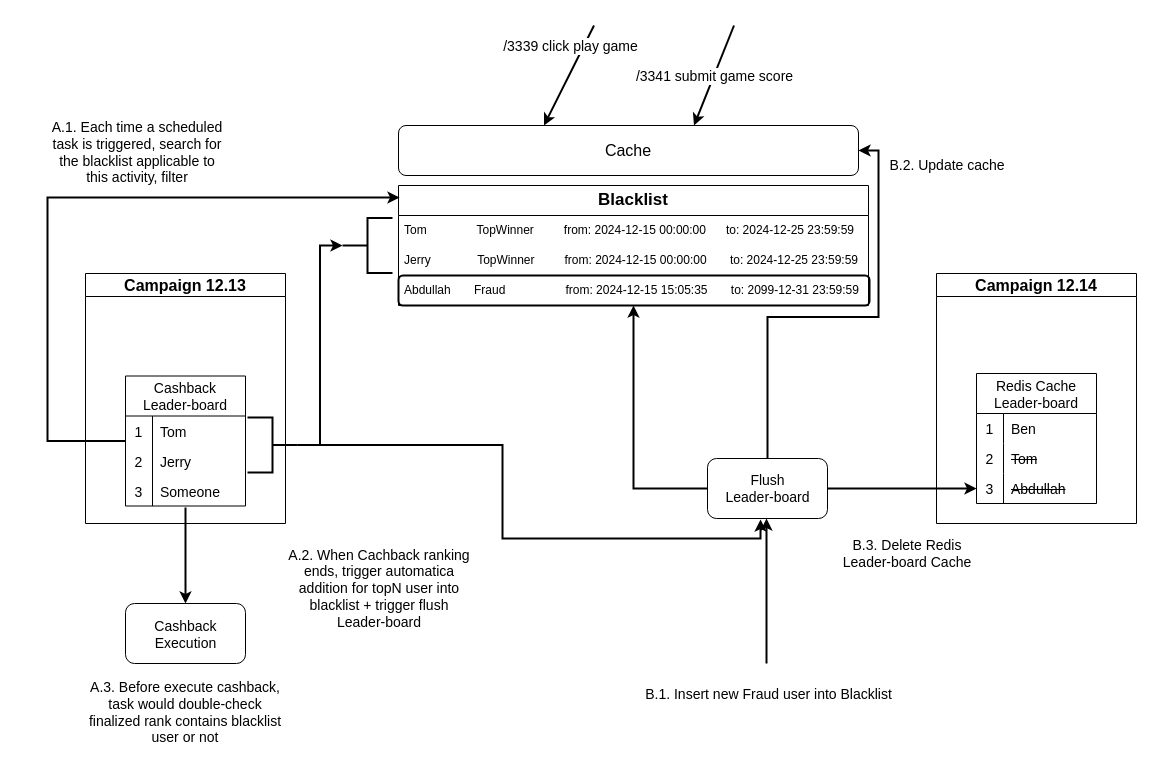
The draw.io diagram game_blacklist_logic.drawio in EricLuoisme/own-diagrams-draw-io, before the edit. Source tidied: cells renumbered, new cells numbered last; positions are measured from the earlier drawing's top-left corner, leaving out a move shared by most shapes. Both pictures are drawn from the tidied source at 100%, with x=0, y=0 at pixel (47, 25).
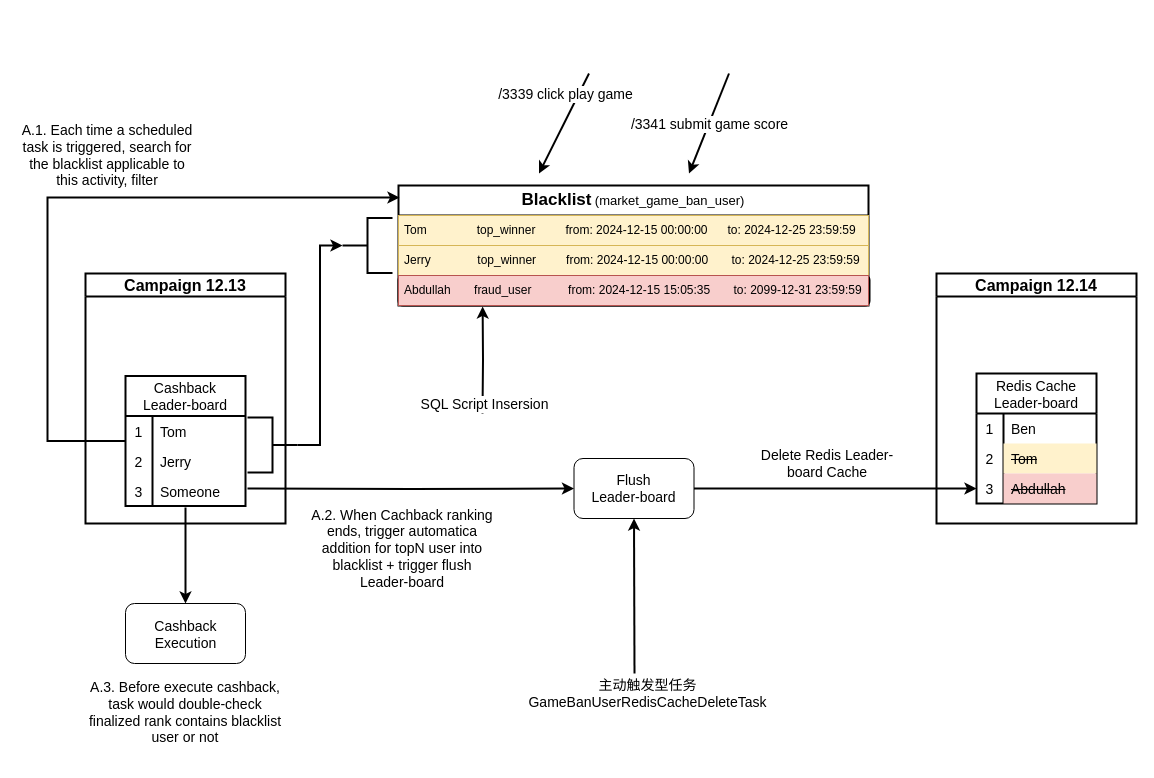
After the change.

The change refers to these unchanged cells:
```xml
<mxCell id="18" style="strokeWidth=2;html=1;shape=mxgraph.flowchart.annotation_2;align=left;labelPosition=right;rotation=-180;" parent="7" vertex="1">
  <mxGeometry x="162" y="144" width="50" height="55" as="geometry" />
</mxCell>
<mxCell id="45" style="shape=tableRow;horizontal=0;startSize=0;swimlaneHead=0;swimlaneBody=0;top=0;left=0;bottom=0;right=0;fillColor=none;strokeColor=inherit;fontSize=16;" parent="41" vertex="1">
  <mxGeometry y="70" width="120" height="30" as="geometry" />
</mxCell>
<mxCell id="48" style="shape=tableRow;horizontal=0;startSize=0;swimlaneHead=0;swimlaneBody=0;top=0;left=0;bottom=0;right=0;fillColor=none;points=[[0,0.5],[1,0.5]];portConstraint=eastwest;strokeColor=inherit;fontSize=16;" parent="41" vertex="1">
  <mxGeometry y="100" width="120" height="30" as="geometry" />
</mxCell>
```

Diff of the diagram source:
```diff
@@
-    <mxCell id="2" style="edgeStyle=orthogonalEdgeStyle;rounded=0;jettySize=auto;html=1;exitX=0;exitY=0.5;exitDx=0;exitDy=0;entryX=0.5;entryY=1;entryDx=0;entryDy=0;strokeWidth=2;" parent="1" edge="1" source="5" target="19">
-      <mxGeometry relative="1" as="geometry" />
-    </mxCell>
@@
-    <mxCell id="4" style="edgeStyle=orthogonalEdgeStyle;rounded=0;jettySize=auto;html=1;exitX=0.5;exitY=0;exitDx=0;exitDy=0;entryX=1;entryY=0.5;entryDx=0;entryDy=0;strokeWidth=2;" parent="1" edge="1" source="5" target="27">
-      <mxGeometry relative="1" as="geometry" />
-    </mxCell>
     <mxCell id="5" style="rounded=1;whiteSpace=wrap;html=1;" parent="1" vertex="1">
-      <mxGeometry x="660" y="433" width="120" height="60" as="geometry" />
+      <mxGeometry x="526.5" y="433" width="120" height="60" as="geometry" />
     </mxCell>
@@
-    <mxCell id="7" value="&lt;font style=&quot;font-size: 16px;&quot;&gt;Campaign 12.13&lt;br&gt;&lt;/font&gt;" style="swimlane;whiteSpace=wrap;html=1;" parent="1" vertex="1">
+    <mxCell id="7" value="&lt;font style=&quot;font-size: 16px;&quot;&gt;Campaign 12.13&lt;br&gt;&lt;/font&gt;" style="swimlane;whiteSpace=wrap;html=1;strokeWidth=2;" parent="1" vertex="1">
       <mxGeometry x="38" y="248" width="200" height="250" as="geometry" />
     </mxCell>
-    <mxCell id="8" value="Cashback&#10;Leader-board" style="shape=table;startSize=40;childLayout=tableLayout;rowLines=0;fontStyle=0;strokeColor=default;fontSize=14;" parent="7" vertex="1">
+    <mxCell id="8" value="Cashback&#10;Leader-board" style="shape=table;startSize=40;childLayout=tableLayout;rowLines=0;fontStyle=0;strokeColor=default;fontSize=14;strokeWidth=2;" parent="7" vertex="1">
       <mxGeometry x="40" y="102.5" width="120" height="130" as="geometry" />
     </mxCell>
@@
-    <mxCell id="19" value="&lt;font style=&quot;font-size: 17px;&quot;&gt;&lt;b&gt;Blacklist&lt;/b&gt;&lt;/font&gt;" style="swimlane;fontStyle=0;horizontal=1;startSize=30;whiteSpace=wrap;html=1;" parent="1" vertex="1">
+    <mxCell id="19" value="&lt;font style=&quot;&quot;&gt;&lt;span style=&quot;font-weight: bold; font-size: 17px;&quot;&gt;Blacklist&lt;/span&gt;&lt;font style=&quot;&quot;&gt; &lt;font style=&quot;font-size: 13px;&quot;&gt;(market_game_ban_user)&lt;/font&gt;&lt;/font&gt;&lt;/font&gt;" style="swimlane;fontStyle=0;horizontal=1;startSize=30;whiteSpace=wrap;html=1;strokeWidth=2;" parent="1" vertex="1">
       <mxGeometry x="351" y="160" width="470" height="120" as="geometry" />
     </mxCell>
-    <mxCell id="20" value="Tom&amp;nbsp;&amp;nbsp;&amp;nbsp;&amp;nbsp;&amp;nbsp;&amp;nbsp;&amp;nbsp;&amp;nbsp;&amp;nbsp;&amp;nbsp;&amp;nbsp;&amp;nbsp;&amp;nbsp;&amp;nbsp; TopWinner&amp;nbsp;&amp;nbsp;&amp;nbsp;&amp;nbsp; &amp;nbsp; &amp;nbsp; from: 2024-12-15 00:00:00&amp;nbsp;&amp;nbsp;&amp;nbsp;&amp;nbsp;&amp;nbsp; to: 2024-12-25 23:59:59" style="text;strokeColor=none;fillColor=none;align=left;verticalAlign=middle;spacingLeft=4;spacingRight=4;overflow=hidden;whiteSpace=wrap;html=1;" parent="19" vertex="1">
+    <mxCell id="20" value="Tom&amp;nbsp;&amp;nbsp;&amp;nbsp;&amp;nbsp;&amp;nbsp;&amp;nbsp;&amp;nbsp;&amp;nbsp;&amp;nbsp;&amp;nbsp;&amp;nbsp;&amp;nbsp;&amp;nbsp;&amp;nbsp; top_winner&amp;nbsp; &amp;nbsp; &amp;nbsp; &amp;nbsp; &amp;nbsp;from: 2024-12-15 00:00:00&amp;nbsp;&amp;nbsp;&amp;nbsp;&amp;nbsp;&amp;nbsp; to: 2024-12-25 23:59:59" style="text;strokeColor=#d6b656;fillColor=#fff2cc;align=left;verticalAlign=middle;spacingLeft=4;spacingRight=4;overflow=hidden;whiteSpace=wrap;html=1;" parent="19" vertex="1">
       <mxGeometry y="30" width="470" height="30" as="geometry" />
     </mxCell>
-    <mxCell id="21" value="Jerry&amp;nbsp;&amp;nbsp;&amp;nbsp;&amp;nbsp;&amp;nbsp;&amp;nbsp;&amp;nbsp;&amp;nbsp;&amp;nbsp;&amp;nbsp;&amp;nbsp;&amp;nbsp;&amp;nbsp; TopWinner&amp;nbsp;&amp;nbsp;&amp;nbsp;&amp;nbsp;&amp;nbsp;&amp;nbsp;&amp;nbsp;&amp;nbsp; from: 2024-12-15 00:00:00&amp;nbsp;&amp;nbsp;&amp;nbsp;&amp;nbsp;&amp;nbsp;&amp;nbsp; to: 2024-12-25 23:59:59" style="text;strokeColor=none;fillColor=none;align=left;verticalAlign=middle;spacingLeft=4;spacingRight=4;overflow=hidden;whiteSpace=wrap;html=1;" parent="19" vertex="1">
+    <mxCell id="21" value="Jerry&amp;nbsp; &amp;nbsp; &amp;nbsp; &amp;nbsp; &amp;nbsp; &amp;nbsp; &amp;nbsp; top_winner&amp;nbsp; &amp;nbsp; &amp;nbsp; &amp;nbsp; &amp;nbsp;from: 2024-12-15 00:00:00&amp;nbsp;&amp;nbsp;&amp;nbsp;&amp;nbsp;&amp;nbsp;&amp;nbsp; to: 2024-12-25 23:59:59" style="text;strokeColor=#d6b656;fillColor=#fff2cc;align=left;verticalAlign=middle;spacingLeft=4;spacingRight=4;overflow=hidden;whiteSpace=wrap;html=1;" parent="19" vertex="1">
       <mxGeometry y="60" width="470" height="30" as="geometry" />
     </mxCell>
-    <mxCell id="22" value="Abdullah&amp;nbsp;&amp;nbsp;&amp;nbsp;&amp;nbsp;&amp;nbsp;&amp;nbsp; Fraud&amp;nbsp;&amp;nbsp;&amp;nbsp;&amp;nbsp;&amp;nbsp;&amp;nbsp;&amp;nbsp;&amp;nbsp;&amp;nbsp;&amp;nbsp;&amp;nbsp;&amp;nbsp;&amp;nbsp;&amp;nbsp;&amp;nbsp;&amp;nbsp;&amp;nbsp; from: 2024-12-15 15:05:35 &amp;nbsp;&amp;nbsp;&amp;nbsp;&amp;nbsp;&amp;nbsp; to: 2099-12-31 23:59:59" style="text;strokeColor=none;fillColor=none;align=left;verticalAlign=middle;spacingLeft=4;spacingRight=4;overflow=hidden;points=[[0,0.5],[1,0.5]];portConstraint=eastwest;whiteSpace=wrap;html=1;" parent="19" vertex="1">
+    <mxCell id="22" value="Abdullah&amp;nbsp;&amp;nbsp;&amp;nbsp;&amp;nbsp;&amp;nbsp;&amp;nbsp; fraud_user&amp;nbsp; &amp;nbsp; &amp;nbsp; &amp;nbsp; &amp;nbsp; &amp;nbsp;from: 2024-12-15 15:05:35 &amp;nbsp;&amp;nbsp;&amp;nbsp;&amp;nbsp;&amp;nbsp; to: 2099-12-31 23:59:59" style="text;strokeColor=#b85450;fillColor=#f8cecc;align=left;verticalAlign=middle;spacingLeft=4;spacingRight=4;overflow=hidden;points=[[0,0.5],[1,0.5]];portConstraint=eastwest;whiteSpace=wrap;html=1;strokeWidth=1;" parent="19" vertex="1">
       <mxGeometry y="90" width="470" height="30" as="geometry" />
     </mxCell>
@@
     <mxCell id="24" value="&lt;font style=&quot;font-size: 14px;&quot;&gt;A.2. When Cachback ranking ends, trigger automatica addition for topN user into blacklist + trigger flush Leader-board&lt;br&gt;&lt;/font&gt;" style="text;strokeColor=none;align=center;fillColor=none;html=1;verticalAlign=middle;whiteSpace=wrap;rounded=0;" parent="1" vertex="1">
-      <mxGeometry x="236.8" y="508" width="190" height="110" as="geometry" />
+      <mxGeometry x="260" y="468" width="190" height="110" as="geometry" />
     </mxCell>
     <mxCell id="25" style="endArrow=classic;html=1;rounded=0;strokeWidth=2;" parent="1" edge="1">
       <mxGeometry relative="1" as="geometry">
-        <mxPoint x="546.5" as="sourcePoint" />
-        <mxPoint x="496.5" y="100" as="targetPoint" />
+        <mxPoint x="541.5" y="48" as="sourcePoint" />
+        <mxPoint x="491.5" y="148" as="targetPoint" />
       </mxGeometry>
     </mxCell>
@@
-    <mxCell id="27" value="&lt;font style=&quot;font-size: 16px;&quot;&gt;Cache&lt;/font&gt;" style="rounded=1;whiteSpace=wrap;html=1;" parent="1" vertex="1">
-      <mxGeometry x="351" y="100" width="460" height="50" as="geometry" />
-    </mxCell>
     <mxCell id="28" style="endArrow=classic;html=1;rounded=0;strokeWidth=2;" parent="1" edge="1">
       <mxGeometry relative="1" as="geometry">
-        <mxPoint x="686.5" as="sourcePoint" />
-        <mxPoint x="646.5" y="100" as="targetPoint" />
+        <mxPoint x="681.5" y="48" as="sourcePoint" />
+        <mxPoint x="641.5" y="148" as="targetPoint" />
       </mxGeometry>
     </mxCell>
@@
     <mxCell id="31" value="&lt;div&gt;&lt;font style=&quot;font-size: 14px;&quot;&gt;Flush&lt;/font&gt;&lt;/div&gt;&lt;div&gt;&lt;font style=&quot;font-size: 14px;&quot;&gt;Leader-board&lt;/font&gt;&lt;/div&gt;" style="text;strokeColor=none;align=center;fillColor=none;html=1;verticalAlign=middle;whiteSpace=wrap;rounded=0;" parent="1" vertex="1">
-      <mxGeometry x="666.5" y="440.5" width="107" height="45" as="geometry" />
+      <mxGeometry x="533" y="440.5" width="107" height="45" as="geometry" />
     </mxCell>
@@
     <mxCell id="35" value="&lt;font style=&quot;font-size: 14px;&quot;&gt;A.1. Each time a scheduled task is triggered, search for the blacklist applicable to this activity, filter&lt;/font&gt;" style="text;strokeColor=none;align=center;fillColor=none;html=1;verticalAlign=middle;whiteSpace=wrap;rounded=0;" parent="1" vertex="1">
-      <mxGeometry y="85" width="180" height="83" as="geometry" />
+      <mxGeometry x="-30" y="88" width="180" height="83" as="geometry" />
     </mxCell>
@@
-    <mxCell id="38" style="endArrow=classic;html=1;rounded=0;strokeWidth=2;entryX=0.5;entryY=1;entryDx=0;entryDy=0;" parent="1" edge="1">
-      <mxGeometry relative="1" as="geometry">
-        <mxPoint x="719" y="638" as="sourcePoint" />
-        <mxPoint x="719" y="493" as="targetPoint" />
-      </mxGeometry>
-    </mxCell>
-    <mxCell id="39" value="&lt;font style=&quot;font-size: 14px;&quot;&gt;B.1. &lt;font&gt;Insert new Fraud user into Blacklist&lt;/font&gt;&lt;/font&gt;" style="edgeLabel;html=1;align=center;verticalAlign=middle;" parent="38" vertex="1">
-      <mxGeometry x="-0.13" y="1" relative="1" as="geometry">
-        <mxPoint x="2" y="93" as="offset" />
-      </mxGeometry>
-    </mxCell>
-    <mxCell id="40" value="&lt;font style=&quot;font-size: 16px;&quot;&gt;Campaign 12.14&lt;/font&gt;" style="swimlane;whiteSpace=wrap;html=1;" parent="1" vertex="1">
+    <mxCell id="40" value="&lt;font style=&quot;font-size: 16px;&quot;&gt;Campaign 12.14&lt;/font&gt;" style="swimlane;whiteSpace=wrap;html=1;strokeWidth=2;" parent="1" vertex="1">
       <mxGeometry x="889" y="248" width="200" height="250" as="geometry" />
     </mxCell>
-    <mxCell id="41" value="Redis Cache&#10;Leader-board" style="shape=table;startSize=40;childLayout=tableLayout;rowLines=0;fontStyle=0;strokeColor=default;fontSize=14;" parent="40" vertex="1">
+    <mxCell id="41" value="Redis Cache&#10;Leader-board" style="shape=table;startSize=40;childLayout=tableLayout;rowLines=0;fontStyle=0;strokeColor=default;fontSize=14;strokeWidth=2;" parent="40" vertex="1">
       <mxGeometry x="40" y="100" width="120" height="130" as="geometry" />
     </mxCell>
@@
-    <mxCell id="47" value="&lt;font style=&quot;font-size: 14px;&quot;&gt;&lt;strike&gt;Tom&lt;/strike&gt;&lt;/font&gt;" style="shape=partialRectangle;html=1;whiteSpace=wrap;fillColor=none;top=0;left=0;bottom=0;right=0;align=left;spacingLeft=6;overflow=hidden;strokeColor=inherit;fontSize=16;" parent="45" vertex="1">
+    <mxCell id="47" value="&lt;font style=&quot;font-size: 14px;&quot;&gt;&lt;strike&gt;Tom&lt;/strike&gt;&lt;/font&gt;" style="shape=partialRectangle;html=1;whiteSpace=wrap;fillColor=#fff2cc;top=0;left=0;bottom=0;right=0;align=left;spacingLeft=6;overflow=hidden;strokeColor=#d6b656;fontSize=16;" parent="45" vertex="1">
       <mxGeometry x="27" width="93" height="30" as="geometry" />
     </mxCell>
@@
-    <mxCell id="50" value="&lt;font style=&quot;font-size: 14px;&quot;&gt;&lt;strike&gt;&lt;font&gt;Abdullah&lt;/font&gt;&lt;/strike&gt;&lt;/font&gt;" style="shape=partialRectangle;html=1;whiteSpace=wrap;fillColor=none;top=0;left=0;bottom=0;right=0;align=left;spacingLeft=6;overflow=hidden;strokeColor=inherit;fontSize=16;" parent="48" vertex="1">
+    <mxCell id="50" value="&lt;font style=&quot;font-size: 14px;&quot;&gt;&lt;strike&gt;&lt;font&gt;Abdullah&lt;/font&gt;&lt;/strike&gt;&lt;/font&gt;" style="shape=partialRectangle;html=1;whiteSpace=wrap;fillColor=#f8cecc;top=0;left=0;bottom=0;right=0;align=left;spacingLeft=6;overflow=hidden;strokeColor=#b85450;fontSize=16;" parent="48" vertex="1">
       <mxGeometry x="27" width="93" height="30" as="geometry" />
     </mxCell>
-    <mxCell id="51" value="&lt;font style=&quot;font-size: 14px;&quot;&gt;B.2. Update cache&lt;br&gt;&lt;/font&gt;" style="text;strokeColor=none;align=center;fillColor=none;html=1;verticalAlign=middle;whiteSpace=wrap;rounded=0;" parent="1" vertex="1">
-      <mxGeometry x="830" y="120" width="140" height="40" as="geometry" />
-    </mxCell>
-    <mxCell id="52" value="&lt;div&gt;&lt;font style=&quot;font-size: 14px;&quot;&gt;B.3. Delete Redis Leader-board Cache&lt;/font&gt;&lt;/div&gt;" style="text;strokeColor=none;align=center;fillColor=none;html=1;verticalAlign=middle;whiteSpace=wrap;rounded=0;" parent="1" vertex="1">
-      <mxGeometry x="790" y="508" width="140" height="40" as="geometry" />
+    <mxCell id="52" value="&lt;div&gt;&lt;font style=&quot;font-size: 14px;&quot;&gt;Delete Redis Leader-board Cache&lt;/font&gt;&lt;/div&gt;" style="text;strokeColor=none;align=center;fillColor=none;html=1;verticalAlign=middle;whiteSpace=wrap;rounded=0;" parent="1" vertex="1">
+      <mxGeometry x="710" y="418" width="140" height="40" as="geometry" />
     </mxCell>
-    <mxCell id="53" style="edgeStyle=orthogonalEdgeStyle;rounded=0;jettySize=auto;html=1;exitX=0;exitY=0.5;exitDx=0;exitDy=0;exitPerimeter=0;entryX=0.442;entryY=1.017;entryDx=0;entryDy=0;entryPerimeter=0;strokeWidth=2;" parent="1" edge="1" source="18" target="5">
-      <mxGeometry relative="1" as="geometry" />
-    </mxCell>
+    <mxCell id="54" style="edgeStyle=orthogonalEdgeStyle;rounded=0;jettySize=auto;html=1;entryX=0;entryY=0.5;entryDx=0;entryDy=0;strokeWidth=2;" parent="1" edge="1" target="5">
+      <mxGeometry relative="1" as="geometry">
+        <mxPoint x="200" y="463" as="sourcePoint" />
+      </mxGeometry>
+    </mxCell>
+    <mxCell id="55" style="endArrow=classic;html=1;rounded=0;entryX=0.5;entryY=1;entryDx=0;entryDy=0;strokeWidth=2;" parent="1" edge="1" target="5">
+      <mxGeometry relative="1" as="geometry">
+        <mxPoint x="587" y="648" as="sourcePoint" />
+      </mxGeometry>
+    </mxCell>
+    <mxCell id="56" value="&lt;div&gt;&lt;span style=&quot;font-size: 14px;&quot;&gt;主动触发型任务&lt;/span&gt;&lt;/div&gt;&lt;font style=&quot;font-size: 14px;&quot;&gt;GameBanUserRedisCacheDeleteTask&lt;/font&gt;" style="edgeLabel;html=1;align=center;verticalAlign=middle;" parent="55" vertex="1">
+      <mxGeometry x="0.01" y="-3" relative="1" as="geometry">
+        <mxPoint x="10" y="98" as="offset" />
+      </mxGeometry>
+    </mxCell>
+    <mxCell id="57" style="edgeStyle=orthogonalEdgeStyle;rounded=0;jettySize=auto;html=1;entryX=0.179;entryY=1.033;entryDx=0;entryDy=0;entryPerimeter=0;strokeWidth=2;" parent="1" edge="1" target="22">
+      <mxGeometry relative="1" as="geometry">
+        <mxPoint x="435" y="388" as="sourcePoint" />
+      </mxGeometry>
+    </mxCell>
+    <mxCell id="58" value="&lt;font style=&quot;font-size: 14px;&quot;&gt;SQL Script Insersion&lt;/font&gt;" style="edgeLabel;html=1;align=center;verticalAlign=middle;" parent="57" vertex="1">
+      <mxGeometry x="0.08" relative="1" as="geometry">
+        <mxPoint x="1" y="48" as="offset" />
+      </mxGeometry>
+    </mxCell>
```
